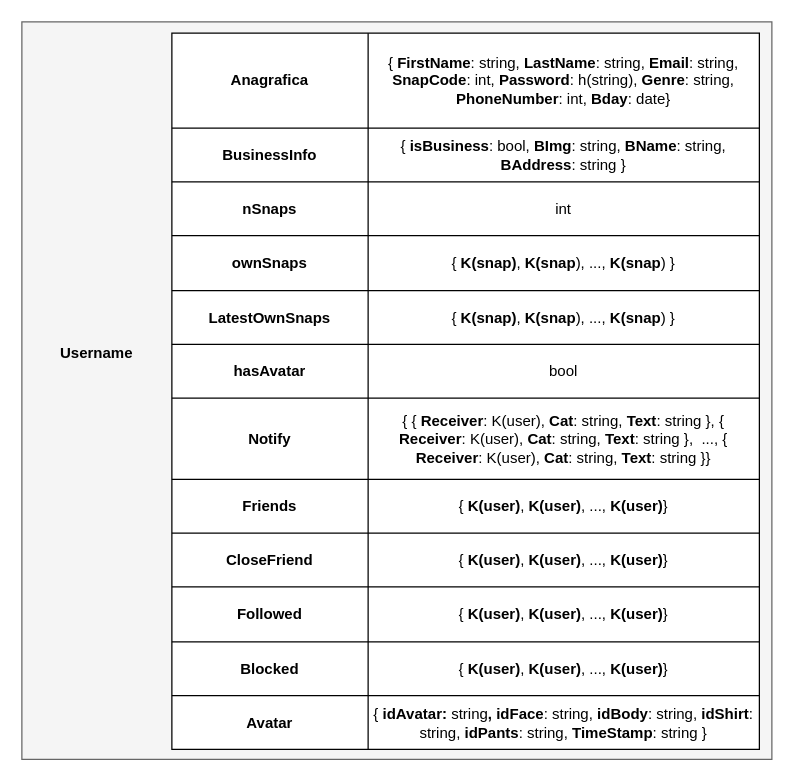
Antonet99/noSQL-Snapchat keeps this draw.io diagram as NoAM/collection-user.drawio. Above is the earlier version. Source tidied: cells renumbered, new cells numbered last; positions are measured from the earlier drawing's top-left corner, leaving out a move shared by most shapes. Both pictures are drawn from the tidied source at 125%, with x=0, y=0 at pixel (21, 21).
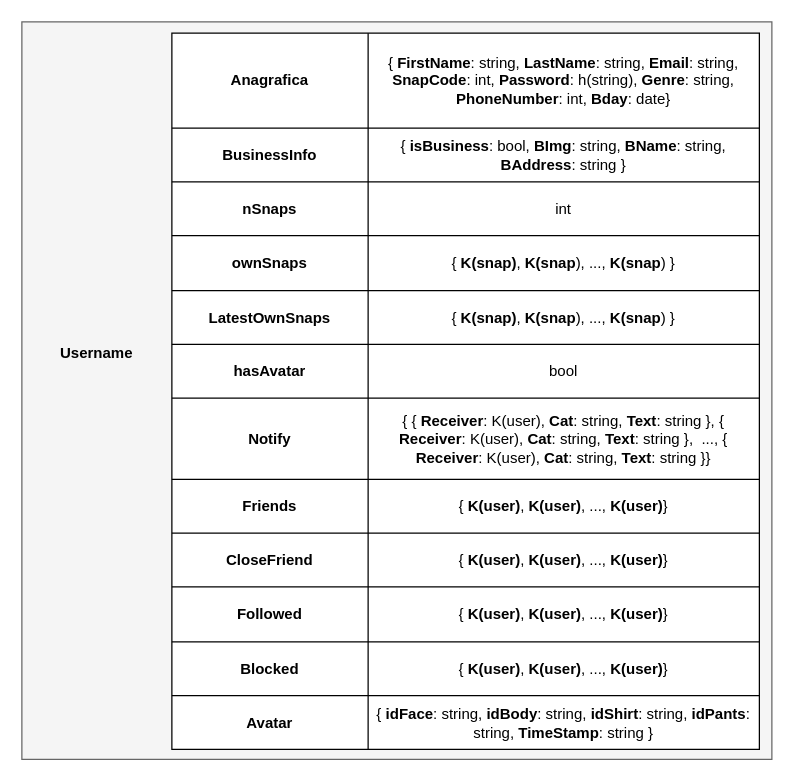
Above is the later version.

Unchanged cells that the change refers to:
```xml
<mxCell id="38" style="shape=tableRow;horizontal=0;startSize=0;swimlaneHead=0;swimlaneBody=0;strokeColor=inherit;top=0;left=0;bottom=0;right=0;fillColor=none;" parent="4" vertex="1">
  <mxGeometry y="530" width="470" height="43" as="geometry" />
</mxCell>
```

Change to the diagram source:
```diff
@@
-    <mxCell id="40" value="{&lt;b&gt; idAvatar: &lt;/b&gt;string&lt;b&gt;, idFace&lt;/b&gt;: string, &lt;b&gt;idBody&lt;/b&gt;: string, &lt;b&gt;idShirt&lt;/b&gt;: string, &lt;b&gt;idPants&lt;/b&gt;: string, &lt;b&gt;TimeStamp&lt;/b&gt;: string }" style="shape=partialRectangle;html=1;whiteSpace=wrap;strokeColor=inherit;overflow=hidden;fillColor=none;top=0;left=0;bottom=0;right=0;" parent="38" vertex="1">
+    <mxCell id="40" value="{&lt;b&gt; idFace&lt;/b&gt;: string, &lt;b&gt;idBody&lt;/b&gt;: string, &lt;b&gt;idShirt&lt;/b&gt;: string, &lt;b&gt;idPants&lt;/b&gt;: string, &lt;b&gt;TimeStamp&lt;/b&gt;: string }" style="shape=partialRectangle;html=1;whiteSpace=wrap;strokeColor=inherit;overflow=hidden;fillColor=none;top=0;left=0;bottom=0;right=0;" parent="38" vertex="1">
       <mxGeometry x="157" width="313" height="43" as="geometry" />
     </mxCell>
```
